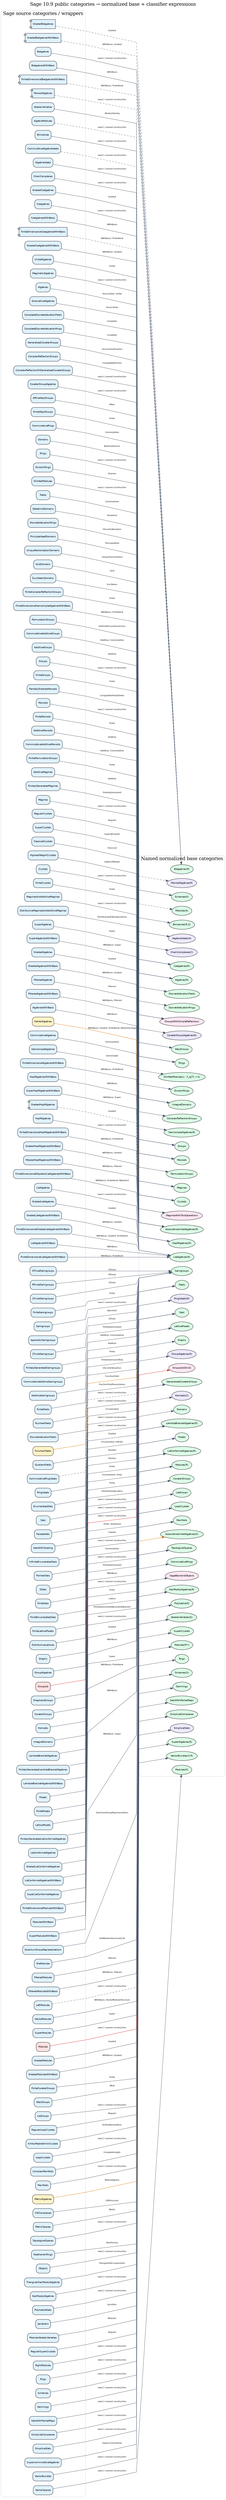
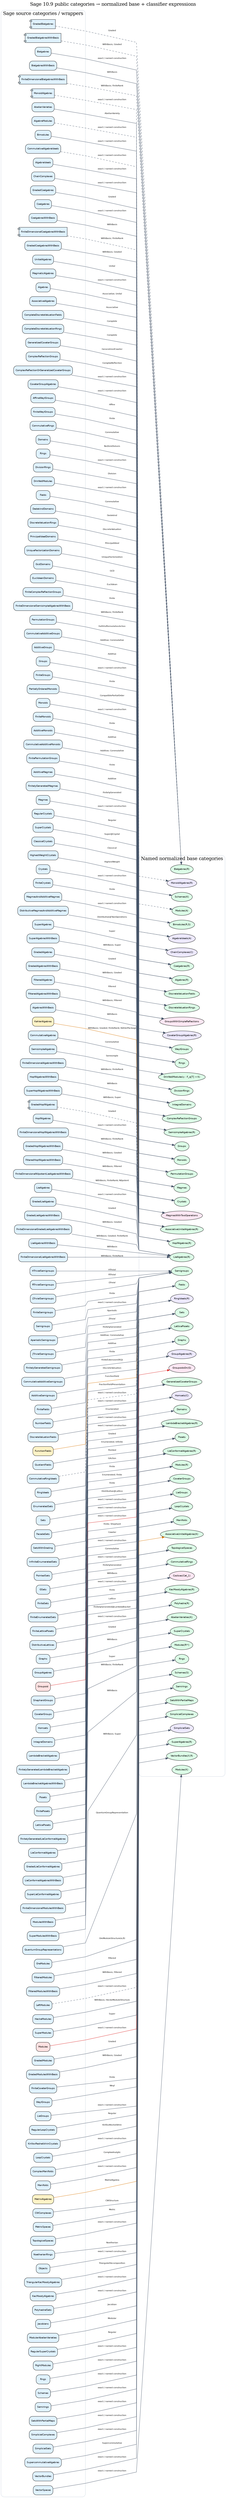
digraph SageNormalizedMapping {
  graph [rankdir=LR, overlap=false, splines=polyline, bgcolor="white",
         label="Sage 10.9 public categories → normalized base + classifier expressions", labelloc=t, fontsize=18];
  node [fontname="Helvetica", fontsize=9];
  edge [fontname="Helvetica", fontsize=8, color="#64748b"];
  subgraph cluster_sage {
    label="Sage source categories / wrappers"; color="#cbd5e1"; style="rounded";
    sage_a10b7a10d816 [label="FiniteDimensionalBialgebrasWithBasis", shape=component, style="rounded,filled", fillcolor="#e0f2fe", URL="https://github.com/sagemath/sage/blob/686dc1a8d420c2e0aabadd4f602d9a0aa4690c50/src/sage/categories/finite_dimensional_bialgebras_with_basis.py"];
    sage_61115eba919b [label="FiniteDimensionalCoalgebrasWithBasis", shape=component, style="rounded,filled", fillcolor="#e0f2fe", URL="https://github.com/sagemath/sage/blob/686dc1a8d420c2e0aabadd4f602d9a0aa4690c50/src/sage/categories/finite_dimensional_coalgebras_with_basis.py"];
    sage_518ab90babb2 [label="GradedBialgebras", shape=component, style="rounded,filled", fillcolor="#e0f2fe", URL="https://github.com/sagemath/sage/blob/686dc1a8d420c2e0aabadd4f602d9a0aa4690c50/src/sage/categories/graded_bialgebras.py"];
    sage_e73b337a8c1c [label="GradedBialgebrasWithBasis", shape=component, style="rounded,filled", fillcolor="#e0f2fe", URL="https://github.com/sagemath/sage/blob/686dc1a8d420c2e0aabadd4f602d9a0aa4690c50/src/sage/categories/graded_bialgebras_with_basis.py"];
    sage_1369b5128888 [label="GradedHopfAlgebras", shape=component, style="rounded,filled", fillcolor="#e0f2fe", URL="https://github.com/sagemath/sage/blob/686dc1a8d420c2e0aabadd4f602d9a0aa4690c50/src/sage/categories/graded_hopf_algebras.py"];
    sage_31d952af0f66 [label="MonoidAlgebras", shape=component, style="rounded,filled", fillcolor="#e0f2fe", URL="https://github.com/sagemath/sage/blob/686dc1a8d420c2e0aabadd4f602d9a0aa4690c50/src/sage/categories/monoid_algebras.py"];
    sage_1694e4766e3a [label="AbelianVarieties", shape=box, style="rounded,filled", fillcolor="#e0f2fe", URL="https://github.com/sagemath/sage/blob/686dc1a8d420c2e0aabadd4f602d9a0aa4690c50/src/sage/categories/schemes.py"];
    sage_15495658efed [label="AdditiveGroups", shape=box, style="rounded,filled", fillcolor="#e0f2fe", URL="https://github.com/sagemath/sage/blob/686dc1a8d420c2e0aabadd4f602d9a0aa4690c50/src/sage/categories/additive_groups.py"];
    sage_6caa2af510c6 [label="AdditiveMagmas", shape=box, style="rounded,filled", fillcolor="#e0f2fe", URL="https://github.com/sagemath/sage/blob/686dc1a8d420c2e0aabadd4f602d9a0aa4690c50/src/sage/categories/additive_magmas.py"];
    sage_0c27acd8e4ea [label="AdditiveMonoids", shape=box, style="rounded,filled", fillcolor="#e0f2fe", URL="https://github.com/sagemath/sage/blob/686dc1a8d420c2e0aabadd4f602d9a0aa4690c50/src/sage/categories/additive_monoids.py"];
    sage_505f02b11bb4 [label="AdditiveSemigroups", shape=box, style="rounded,filled", fillcolor="#e0f2fe", URL="https://github.com/sagemath/sage/blob/686dc1a8d420c2e0aabadd4f602d9a0aa4690c50/src/sage/categories/additive_semigroups.py"];
    sage_9b0e89afc4af [label="AffineWeylGroups", shape=box, style="rounded,filled", fillcolor="#e0f2fe", URL="https://github.com/sagemath/sage/blob/686dc1a8d420c2e0aabadd4f602d9a0aa4690c50/src/sage/categories/affine_weyl_groups.py"];
    sage_f3a64bb374ae [label="AlgebraIdeals", shape=box, style="rounded,filled", fillcolor="#e0f2fe", URL="https://github.com/sagemath/sage/blob/686dc1a8d420c2e0aabadd4f602d9a0aa4690c50/src/sage/categories/algebra_ideals.py"];
    sage_77b8f1236947 [label="AlgebraModules", shape=box, style="rounded,filled", fillcolor="#e0f2fe", URL="https://github.com/sagemath/sage/blob/686dc1a8d420c2e0aabadd4f602d9a0aa4690c50/src/sage/categories/algebra_modules.py"];
    sage_d6d37c787044 [label="Algebras", shape=box, style="rounded,filled", fillcolor="#e0f2fe", URL="https://github.com/sagemath/sage/blob/686dc1a8d420c2e0aabadd4f602d9a0aa4690c50/src/sage/categories/algebras.py"];
    sage_6795bf8a1300 [label="AlgebrasWithBasis", shape=box, style="rounded,filled", fillcolor="#e0f2fe", URL="https://github.com/sagemath/sage/blob/686dc1a8d420c2e0aabadd4f602d9a0aa4690c50/src/sage/categories/algebras_with_basis.py"];
    sage_dc6a6ac7ebf3 [label="AperiodicSemigroups", shape=box, style="rounded,filled", fillcolor="#e0f2fe", URL="https://github.com/sagemath/sage/blob/686dc1a8d420c2e0aabadd4f602d9a0aa4690c50/src/sage/categories/aperiodic_semigroups.py"];
    sage_6d4b2923f28c [label="AssociativeAlgebras", shape=box, style="rounded,filled", fillcolor="#e0f2fe", URL="https://github.com/sagemath/sage/blob/686dc1a8d420c2e0aabadd4f602d9a0aa4690c50/src/sage/categories/associative_algebras.py"];
    sage_a492dd1ea5cc [label="Bialgebras", shape=box, style="rounded,filled", fillcolor="#e0f2fe", URL="https://github.com/sagemath/sage/blob/686dc1a8d420c2e0aabadd4f602d9a0aa4690c50/src/sage/categories/bialgebras.py"];
    sage_0b430a8cf833 [label="BialgebrasWithBasis", shape=box, style="rounded,filled", fillcolor="#e0f2fe", URL="https://github.com/sagemath/sage/blob/686dc1a8d420c2e0aabadd4f602d9a0aa4690c50/src/sage/categories/bialgebras_with_basis.py"];
    sage_18712addae73 [label="Bimodules", shape=box, style="rounded,filled", fillcolor="#e0f2fe", URL="https://github.com/sagemath/sage/blob/686dc1a8d420c2e0aabadd4f602d9a0aa4690c50/src/sage/categories/bimodules.py"];
    sage_5bbcdf4fff4f [label="ChainComplexes", shape=box, style="rounded,filled", fillcolor="#e0f2fe", URL="https://github.com/sagemath/sage/blob/686dc1a8d420c2e0aabadd4f602d9a0aa4690c50/src/sage/categories/chain_complexes.py"];
    sage_9368aabeb573 [label="ClassicalCrystals", shape=box, style="rounded,filled", fillcolor="#e0f2fe", URL="https://github.com/sagemath/sage/blob/686dc1a8d420c2e0aabadd4f602d9a0aa4690c50/src/sage/categories/classical_crystals.py"];
    sage_17c455e578ee [label="Coalgebras", shape=box, style="rounded,filled", fillcolor="#e0f2fe", URL="https://github.com/sagemath/sage/blob/686dc1a8d420c2e0aabadd4f602d9a0aa4690c50/src/sage/categories/coalgebras.py"];
    sage_930a1b9cf5f4 [label="CoalgebrasWithBasis", shape=box, style="rounded,filled", fillcolor="#e0f2fe", URL="https://github.com/sagemath/sage/blob/686dc1a8d420c2e0aabadd4f602d9a0aa4690c50/src/sage/categories/coalgebras_with_basis.py"];
    sage_8cf90f06fd2a [label="CommutativeAdditiveGroups", shape=box, style="rounded,filled", fillcolor="#e0f2fe", URL="https://github.com/sagemath/sage/blob/686dc1a8d420c2e0aabadd4f602d9a0aa4690c50/src/sage/categories/commutative_additive_groups.py"];
    sage_1c085b97fe73 [label="CommutativeAdditiveMonoids", shape=box, style="rounded,filled", fillcolor="#e0f2fe", URL="https://github.com/sagemath/sage/blob/686dc1a8d420c2e0aabadd4f602d9a0aa4690c50/src/sage/categories/commutative_additive_monoids.py"];
    sage_8e8e1c9c5ce6 [label="CommutativeAdditiveSemigroups", shape=box, style="rounded,filled", fillcolor="#e0f2fe", URL="https://github.com/sagemath/sage/blob/686dc1a8d420c2e0aabadd4f602d9a0aa4690c50/src/sage/categories/commutative_additive_semigroups.py"];
    sage_1bbe7f4a1cce [label="CommutativeAlgebraIdeals", shape=box, style="rounded,filled", fillcolor="#e0f2fe", URL="https://github.com/sagemath/sage/blob/686dc1a8d420c2e0aabadd4f602d9a0aa4690c50/src/sage/categories/commutative_algebra_ideals.py"];
    sage_547c4dc3134d [label="CommutativeAlgebras", shape=box, style="rounded,filled", fillcolor="#e0f2fe", URL="https://github.com/sagemath/sage/blob/686dc1a8d420c2e0aabadd4f602d9a0aa4690c50/src/sage/categories/commutative_algebras.py"];
    sage_5dea05cb7440 [label="CommutativeRingIdeals", shape=box, style="rounded,filled", fillcolor="#e0f2fe", URL="https://github.com/sagemath/sage/blob/686dc1a8d420c2e0aabadd4f602d9a0aa4690c50/src/sage/categories/commutative_ring_ideals.py"];
    sage_3d8da0fd6136 [label="CommutativeRings", shape=box, style="rounded,filled", fillcolor="#e0f2fe", URL="https://github.com/sagemath/sage/blob/686dc1a8d420c2e0aabadd4f602d9a0aa4690c50/src/sage/categories/commutative_rings.py"];
    sage_1f4632a5c569 [label="CompleteDiscreteValuationFields", shape=box, style="rounded,filled", fillcolor="#e0f2fe", URL="https://github.com/sagemath/sage/blob/686dc1a8d420c2e0aabadd4f602d9a0aa4690c50/src/sage/categories/complete_discrete_valuation.py"];
    sage_1f299c8ec26f [label="CompleteDiscreteValuationRings", shape=box, style="rounded,filled", fillcolor="#e0f2fe", URL="https://github.com/sagemath/sage/blob/686dc1a8d420c2e0aabadd4f602d9a0aa4690c50/src/sage/categories/complete_discrete_valuation.py"];
    sage_42115443391d [label="ComplexReflectionGroups", shape=box, style="rounded,filled", fillcolor="#e0f2fe", URL="https://github.com/sagemath/sage/blob/686dc1a8d420c2e0aabadd4f602d9a0aa4690c50/src/sage/categories/complex_reflection_groups.py"];
    sage_161fc5ca1f26 [label="ComplexReflectionOrGeneralizedCoxeterGroups", shape=box, style="rounded,filled", fillcolor="#e0f2fe", URL="https://github.com/sagemath/sage/blob/686dc1a8d420c2e0aabadd4f602d9a0aa4690c50/src/sage/categories/complex_reflection_or_generalized_coxeter_groups.py"];
    sage_d9020e7952f4 [label="CoxeterGroupAlgebras", shape=box, style="rounded,filled", fillcolor="#e0f2fe", URL="https://github.com/sagemath/sage/blob/686dc1a8d420c2e0aabadd4f602d9a0aa4690c50/src/sage/categories/coxeter_group_algebras.py"];
    sage_b4c77c98b837 [label="CoxeterGroups", shape=box, style="rounded,filled", fillcolor="#e0f2fe", URL="https://github.com/sagemath/sage/blob/686dc1a8d420c2e0aabadd4f602d9a0aa4690c50/src/sage/categories/coxeter_groups.py"];
    sage_a3c2b2dbd555 [label="Crystals", shape=box, style="rounded,filled", fillcolor="#e0f2fe", URL="https://github.com/sagemath/sage/blob/686dc1a8d420c2e0aabadd4f602d9a0aa4690c50/src/sage/categories/crystals.py"];
    sage_365fcdc8b915 [label="CWComplexes", shape=box, style="rounded,filled", fillcolor="#e0f2fe", URL="https://github.com/sagemath/sage/blob/686dc1a8d420c2e0aabadd4f602d9a0aa4690c50/src/sage/categories/cw_complexes.py"];
    sage_d4ed6b836903 [label="DedekindDomains", shape=box, style="rounded,filled", fillcolor="#e0f2fe", URL="https://github.com/sagemath/sage/blob/686dc1a8d420c2e0aabadd4f602d9a0aa4690c50/src/sage/categories/dedekind_domains.py"];
    sage_81bdf3187421 [label="DiscreteValuationFields", shape=box, style="rounded,filled", fillcolor="#e0f2fe", URL="https://github.com/sagemath/sage/blob/686dc1a8d420c2e0aabadd4f602d9a0aa4690c50/src/sage/categories/discrete_valuation.py"];
    sage_d420b88e26e0 [label="DiscreteValuationRings", shape=box, style="rounded,filled", fillcolor="#e0f2fe", URL="https://github.com/sagemath/sage/blob/686dc1a8d420c2e0aabadd4f602d9a0aa4690c50/src/sage/categories/discrete_valuation.py"];
    sage_5282ae495ef7 [label="DistributiveMagmasAndAdditiveMagmas", shape=box, style="rounded,filled", fillcolor="#e0f2fe", URL="https://github.com/sagemath/sage/blob/686dc1a8d420c2e0aabadd4f602d9a0aa4690c50/src/sage/categories/distributive_magmas_and_additive_magmas.py"];
    sage_34e3333c2fe9 [label="DivisionRings", shape=box, style="rounded,filled", fillcolor="#e0f2fe", URL="https://github.com/sagemath/sage/blob/686dc1a8d420c2e0aabadd4f602d9a0aa4690c50/src/sage/categories/division_rings.py"];
    sage_a0d641b3f1af [label="Domains", shape=box, style="rounded,filled", fillcolor="#e0f2fe", URL="https://github.com/sagemath/sage/blob/686dc1a8d420c2e0aabadd4f602d9a0aa4690c50/src/sage/categories/domains.py"];
    sage_91aa2c40ce87 [label="DrinfeldModules", shape=box, style="rounded,filled", fillcolor="#e0f2fe", URL="https://github.com/sagemath/sage/blob/686dc1a8d420c2e0aabadd4f602d9a0aa4690c50/src/sage/categories/drinfeld_modules.py"];
    sage_287df5d4753c [label="EnumeratedSets", shape=box, style="rounded,filled", fillcolor="#e0f2fe", URL="https://github.com/sagemath/sage/blob/686dc1a8d420c2e0aabadd4f602d9a0aa4690c50/src/sage/categories/enumerated_sets.py"];
    sage_8189b302a153 [label="EuclideanDomains", shape=box, style="rounded,filled", fillcolor="#e0f2fe", URL="https://github.com/sagemath/sage/blob/686dc1a8d420c2e0aabadd4f602d9a0aa4690c50/src/sage/categories/euclidean_domains.py"];
    sage_32d0bce56bbc [label="FacadeSets", shape=box, style="rounded,filled", fillcolor="#e0f2fe", URL="https://github.com/sagemath/sage/blob/686dc1a8d420c2e0aabadd4f602d9a0aa4690c50/src/sage/categories/facade_sets.py"];
    sage_e8b685271238 [label="Fields", shape=box, style="rounded,filled", fillcolor="#e0f2fe", URL="https://github.com/sagemath/sage/blob/686dc1a8d420c2e0aabadd4f602d9a0aa4690c50/src/sage/categories/fields.py"];
    sage_5a253e5fd315 [label="FilteredAlgebras", shape=box, style="rounded,filled", fillcolor="#e0f2fe", URL="https://github.com/sagemath/sage/blob/686dc1a8d420c2e0aabadd4f602d9a0aa4690c50/src/sage/categories/filtered_algebras.py"];
    sage_91a16d12aa67 [label="FilteredAlgebrasWithBasis", shape=box, style="rounded,filled", fillcolor="#e0f2fe", URL="https://github.com/sagemath/sage/blob/686dc1a8d420c2e0aabadd4f602d9a0aa4690c50/src/sage/categories/filtered_algebras_with_basis.py"];
    sage_45e502e09eb8 [label="FilteredHopfAlgebrasWithBasis", shape=box, style="rounded,filled", fillcolor="#e0f2fe", URL="https://github.com/sagemath/sage/blob/686dc1a8d420c2e0aabadd4f602d9a0aa4690c50/src/sage/categories/filtered_hopf_algebras_with_basis.py"];
    sage_556bd5d785c2 [label="FilteredModules", shape=box, style="rounded,filled", fillcolor="#e0f2fe", URL="https://github.com/sagemath/sage/blob/686dc1a8d420c2e0aabadd4f602d9a0aa4690c50/src/sage/categories/filtered_modules.py"];
    sage_ffd46fda461e [label="FilteredModulesWithBasis", shape=box, style="rounded,filled", fillcolor="#e0f2fe", URL="https://github.com/sagemath/sage/blob/686dc1a8d420c2e0aabadd4f602d9a0aa4690c50/src/sage/categories/filtered_modules_with_basis.py"];
    sage_fdd21d56c088 [label="FiniteComplexReflectionGroups", shape=box, style="rounded,filled", fillcolor="#e0f2fe", URL="https://github.com/sagemath/sage/blob/686dc1a8d420c2e0aabadd4f602d9a0aa4690c50/src/sage/categories/finite_complex_reflection_groups.py"];
    sage_c5f99255087d [label="FiniteCoxeterGroups", shape=box, style="rounded,filled", fillcolor="#e0f2fe", URL="https://github.com/sagemath/sage/blob/686dc1a8d420c2e0aabadd4f602d9a0aa4690c50/src/sage/categories/finite_coxeter_groups.py"];
    sage_686a2068ca21 [label="FiniteCrystals", shape=box, style="rounded,filled", fillcolor="#e0f2fe", URL="https://github.com/sagemath/sage/blob/686dc1a8d420c2e0aabadd4f602d9a0aa4690c50/src/sage/categories/finite_crystals.py"];
    sage_3f6b4a972698 [label="FiniteDimensionalAlgebrasWithBasis", shape=box, style="rounded,filled", fillcolor="#e0f2fe", URL="https://github.com/sagemath/sage/blob/686dc1a8d420c2e0aabadd4f602d9a0aa4690c50/src/sage/categories/finite_dimensional_algebras_with_basis.py"];
    sage_62cab49a17a2 [label="FiniteDimensionalGradedLieAlgebrasWithBasis", shape=box, style="rounded,filled", fillcolor="#e0f2fe", URL="https://github.com/sagemath/sage/blob/686dc1a8d420c2e0aabadd4f602d9a0aa4690c50/src/sage/categories/finite_dimensional_graded_lie_algebras_with_basis.py"];
    sage_b767ab41f49b [label="FiniteDimensionalHopfAlgebrasWithBasis", shape=box, style="rounded,filled", fillcolor="#e0f2fe", URL="https://github.com/sagemath/sage/blob/686dc1a8d420c2e0aabadd4f602d9a0aa4690c50/src/sage/categories/finite_dimensional_hopf_algebras_with_basis.py"];
    sage_5b0c9872e369 [label="FiniteDimensionalLieAlgebrasWithBasis", shape=box, style="rounded,filled", fillcolor="#e0f2fe", URL="https://github.com/sagemath/sage/blob/686dc1a8d420c2e0aabadd4f602d9a0aa4690c50/src/sage/categories/finite_dimensional_lie_algebras_with_basis.py"];
    sage_aecc0518fd09 [label="FiniteDimensionalModulesWithBasis", shape=box, style="rounded,filled", fillcolor="#e0f2fe", URL="https://github.com/sagemath/sage/blob/686dc1a8d420c2e0aabadd4f602d9a0aa4690c50/src/sage/categories/finite_dimensional_modules_with_basis.py"];
    sage_a72fc3cc6d63 [label="FiniteDimensionalNilpotentLieAlgebrasWithBasis", shape=box, style="rounded,filled", fillcolor="#e0f2fe", URL="https://github.com/sagemath/sage/blob/686dc1a8d420c2e0aabadd4f602d9a0aa4690c50/src/sage/categories/finite_dimensional_nilpotent_lie_algebras_with_basis.py"];
    sage_3540d21d585b [label="FiniteDimensionalSemisimpleAlgebrasWithBasis", shape=box, style="rounded,filled", fillcolor="#e0f2fe", URL="https://github.com/sagemath/sage/blob/686dc1a8d420c2e0aabadd4f602d9a0aa4690c50/src/sage/categories/finite_dimensional_semisimple_algebras_with_basis.py"];
    sage_3a142f2fa146 [label="FiniteEnumeratedSets", shape=box, style="rounded,filled", fillcolor="#e0f2fe", URL="https://github.com/sagemath/sage/blob/686dc1a8d420c2e0aabadd4f602d9a0aa4690c50/src/sage/categories/finite_enumerated_sets.py"];
    sage_98923a1988ce [label="FiniteFields", shape=box, style="rounded,filled", fillcolor="#e0f2fe", URL="https://github.com/sagemath/sage/blob/686dc1a8d420c2e0aabadd4f602d9a0aa4690c50/src/sage/categories/finite_fields.py"];
    sage_cc7516239d47 [label="FiniteGroups", shape=box, style="rounded,filled", fillcolor="#e0f2fe", URL="https://github.com/sagemath/sage/blob/686dc1a8d420c2e0aabadd4f602d9a0aa4690c50/src/sage/categories/finite_groups.py"];
    sage_e9feebbc95e8 [label="FiniteLatticePosets", shape=box, style="rounded,filled", fillcolor="#e0f2fe", URL="https://github.com/sagemath/sage/blob/686dc1a8d420c2e0aabadd4f602d9a0aa4690c50/src/sage/categories/finite_lattice_posets.py"];
    sage_09b62a83a0ae [label="FiniteMonoids", shape=box, style="rounded,filled", fillcolor="#e0f2fe", URL="https://github.com/sagemath/sage/blob/686dc1a8d420c2e0aabadd4f602d9a0aa4690c50/src/sage/categories/finite_monoids.py"];
    sage_5e3c04638a1a [label="FinitePermutationGroups", shape=box, style="rounded,filled", fillcolor="#e0f2fe", URL="https://github.com/sagemath/sage/blob/686dc1a8d420c2e0aabadd4f602d9a0aa4690c50/src/sage/categories/finite_permutation_groups.py"];
    sage_476c34385fa9 [label="FinitePosets", shape=box, style="rounded,filled", fillcolor="#e0f2fe", URL="https://github.com/sagemath/sage/blob/686dc1a8d420c2e0aabadd4f602d9a0aa4690c50/src/sage/categories/finite_posets.py"];
    sage_7de113cf8f8c [label="FiniteSemigroups", shape=box, style="rounded,filled", fillcolor="#e0f2fe", URL="https://github.com/sagemath/sage/blob/686dc1a8d420c2e0aabadd4f602d9a0aa4690c50/src/sage/categories/finite_semigroups.py"];
    sage_dd6fa83dba6c [label="FiniteSets", shape=box, style="rounded,filled", fillcolor="#e0f2fe", URL="https://github.com/sagemath/sage/blob/686dc1a8d420c2e0aabadd4f602d9a0aa4690c50/src/sage/categories/finite_sets.py"];
    sage_44f31d277e02 [label="FiniteWeylGroups", shape=box, style="rounded,filled", fillcolor="#e0f2fe", URL="https://github.com/sagemath/sage/blob/686dc1a8d420c2e0aabadd4f602d9a0aa4690c50/src/sage/categories/finite_weyl_groups.py"];
    sage_b1518bae74d3 [label="FinitelyGeneratedLambdaBracketAlgebras", shape=box, style="rounded,filled", fillcolor="#e0f2fe", URL="https://github.com/sagemath/sage/blob/686dc1a8d420c2e0aabadd4f602d9a0aa4690c50/src/sage/categories/finitely_generated_lambda_bracket_algebras.py"];
    sage_804a03ff73ce [label="FinitelyGeneratedLieConformalAlgebras", shape=box, style="rounded,filled", fillcolor="#e0f2fe", URL="https://github.com/sagemath/sage/blob/686dc1a8d420c2e0aabadd4f602d9a0aa4690c50/src/sage/categories/finitely_generated_lie_conformal_algebras.py"];
    sage_3d0613fec294 [label="FinitelyGeneratedMagmas", shape=box, style="rounded,filled", fillcolor="#e0f2fe", URL="https://github.com/sagemath/sage/blob/686dc1a8d420c2e0aabadd4f602d9a0aa4690c50/src/sage/categories/finitely_generated_magmas.py"];
    sage_94b19b0ed06d [label="FinitelyGeneratedSemigroups", shape=box, style="rounded,filled", fillcolor="#e0f2fe", URL="https://github.com/sagemath/sage/blob/686dc1a8d420c2e0aabadd4f602d9a0aa4690c50/src/sage/categories/finitely_generated_semigroups.py"];
    sage_18bfc1afa49f [label="FunctionFields", shape=box, style="rounded,filled", fillcolor="#fef3c7", URL="https://github.com/sagemath/sage/blob/686dc1a8d420c2e0aabadd4f602d9a0aa4690c50/src/sage/categories/function_fields.py"];
    sage_7ba128acc907 [label="GSets", shape=box, style="rounded,filled", fillcolor="#e0f2fe", URL="https://github.com/sagemath/sage/blob/686dc1a8d420c2e0aabadd4f602d9a0aa4690c50/src/sage/categories/g_sets.py"];
    sage_184d856c094d [label="GcdDomains", shape=box, style="rounded,filled", fillcolor="#e0f2fe", URL="https://github.com/sagemath/sage/blob/686dc1a8d420c2e0aabadd4f602d9a0aa4690c50/src/sage/categories/gcd_domains.py"];
    sage_1a94d00ba9b9 [label="GeneralizedCoxeterGroups", shape=box, style="rounded,filled", fillcolor="#e0f2fe", URL="https://github.com/sagemath/sage/blob/686dc1a8d420c2e0aabadd4f602d9a0aa4690c50/src/sage/categories/generalized_coxeter_groups.py"];
    sage_be0ea3717b71 [label="GradedAlgebras", shape=box, style="rounded,filled", fillcolor="#e0f2fe", URL="https://github.com/sagemath/sage/blob/686dc1a8d420c2e0aabadd4f602d9a0aa4690c50/src/sage/categories/graded_algebras.py"];
    sage_807cdd53097d [label="GradedAlgebrasWithBasis", shape=box, style="rounded,filled", fillcolor="#e0f2fe", URL="https://github.com/sagemath/sage/blob/686dc1a8d420c2e0aabadd4f602d9a0aa4690c50/src/sage/categories/graded_algebras_with_basis.py"];
    sage_919cb1985ae2 [label="GradedCoalgebras", shape=box, style="rounded,filled", fillcolor="#e0f2fe", URL="https://github.com/sagemath/sage/blob/686dc1a8d420c2e0aabadd4f602d9a0aa4690c50/src/sage/categories/graded_coalgebras.py"];
    sage_418194415c21 [label="GradedCoalgebrasWithBasis", shape=box, style="rounded,filled", fillcolor="#e0f2fe", URL="https://github.com/sagemath/sage/blob/686dc1a8d420c2e0aabadd4f602d9a0aa4690c50/src/sage/categories/graded_coalgebras_with_basis.py"];
    sage_987814cde733 [label="GradedHopfAlgebrasWithBasis", shape=box, style="rounded,filled", fillcolor="#e0f2fe", URL="https://github.com/sagemath/sage/blob/686dc1a8d420c2e0aabadd4f602d9a0aa4690c50/src/sage/categories/graded_hopf_algebras_with_basis.py"];
    sage_480b8b9c7d33 [label="GradedLieAlgebras", shape=box, style="rounded,filled", fillcolor="#e0f2fe", URL="https://github.com/sagemath/sage/blob/686dc1a8d420c2e0aabadd4f602d9a0aa4690c50/src/sage/categories/graded_lie_algebras.py"];
    sage_95fb40c737b8 [label="GradedLieAlgebrasWithBasis", shape=box, style="rounded,filled", fillcolor="#e0f2fe", URL="https://github.com/sagemath/sage/blob/686dc1a8d420c2e0aabadd4f602d9a0aa4690c50/src/sage/categories/graded_lie_algebras_with_basis.py"];
    sage_17628f5a559c [label="GradedLieConformalAlgebras", shape=box, style="rounded,filled", fillcolor="#e0f2fe", URL="https://github.com/sagemath/sage/blob/686dc1a8d420c2e0aabadd4f602d9a0aa4690c50/src/sage/categories/graded_lie_conformal_algebras.py"];
    sage_6b8d41945bbd [label="GradedModules", shape=box, style="rounded,filled", fillcolor="#e0f2fe", URL="https://github.com/sagemath/sage/blob/686dc1a8d420c2e0aabadd4f602d9a0aa4690c50/src/sage/categories/graded_modules.py"];
    sage_56ca4f120854 [label="GradedModulesWithBasis", shape=box, style="rounded,filled", fillcolor="#e0f2fe", URL="https://github.com/sagemath/sage/blob/686dc1a8d420c2e0aabadd4f602d9a0aa4690c50/src/sage/categories/graded_modules_with_basis.py"];
    sage_78399476ef16 [label="Graphs", shape=box, style="rounded,filled", fillcolor="#e0f2fe", URL="https://github.com/sagemath/sage/blob/686dc1a8d420c2e0aabadd4f602d9a0aa4690c50/src/sage/categories/graphs.py"];
    sage_6754fb6cd8b3 [label="GroupAlgebras", shape=box, style="rounded,filled", fillcolor="#e0f2fe", URL="https://github.com/sagemath/sage/blob/686dc1a8d420c2e0aabadd4f602d9a0aa4690c50/src/sage/categories/group_algebras.py"];
    sage_b4060810bdc8 [label="Groupoid", shape=box, style="rounded,filled", fillcolor="#fee2e2", URL="https://github.com/sagemath/sage/blob/686dc1a8d420c2e0aabadd4f602d9a0aa4690c50/src/sage/categories/groupoid.py"];
    sage_ae9629f4ebb8 [label="Groups", shape=box, style="rounded,filled", fillcolor="#e0f2fe", URL="https://github.com/sagemath/sage/blob/686dc1a8d420c2e0aabadd4f602d9a0aa4690c50/src/sage/categories/groups.py"];
    sage_ff3d870612be [label="HTrivialSemigroups", shape=box, style="rounded,filled", fillcolor="#e0f2fe", URL="https://github.com/sagemath/sage/blob/686dc1a8d420c2e0aabadd4f602d9a0aa4690c50/src/sage/categories/h_trivial_semigroups.py"];
    sage_c26ffd9f4356 [label="HeckeModules", shape=box, style="rounded,filled", fillcolor="#e0f2fe", URL="https://github.com/sagemath/sage/blob/686dc1a8d420c2e0aabadd4f602d9a0aa4690c50/src/sage/categories/hecke_modules.py"];
    sage_1129970345ee [label="HighestWeightCrystals", shape=box, style="rounded,filled", fillcolor="#e0f2fe", URL="https://github.com/sagemath/sage/blob/686dc1a8d420c2e0aabadd4f602d9a0aa4690c50/src/sage/categories/highest_weight_crystals.py"];
    sage_cf9fa120c4c7 [label="Homsets", shape=box, style="rounded,filled", fillcolor="#e0f2fe", URL="https://github.com/sagemath/sage/blob/686dc1a8d420c2e0aabadd4f602d9a0aa4690c50/src/sage/categories/homsets.py"];
    sage_3e8b497307f5 [label="HopfAlgebras", shape=box, style="rounded,filled", fillcolor="#e0f2fe", URL="https://github.com/sagemath/sage/blob/686dc1a8d420c2e0aabadd4f602d9a0aa4690c50/src/sage/categories/hopf_algebras.py"];
    sage_cd0ddcef5725 [label="HopfAlgebrasWithBasis", shape=box, style="rounded,filled", fillcolor="#e0f2fe", URL="https://github.com/sagemath/sage/blob/686dc1a8d420c2e0aabadd4f602d9a0aa4690c50/src/sage/categories/hopf_algebras_with_basis.py"];
    sage_9a00984eb2d7 [label="InfiniteEnumeratedSets", shape=box, style="rounded,filled", fillcolor="#e0f2fe", URL="https://github.com/sagemath/sage/blob/686dc1a8d420c2e0aabadd4f602d9a0aa4690c50/src/sage/categories/infinite_enumerated_sets.py"];
    sage_1ca3a9a5a7cb [label="IntegralDomains", shape=box, style="rounded,filled", fillcolor="#e0f2fe", URL="https://github.com/sagemath/sage/blob/686dc1a8d420c2e0aabadd4f602d9a0aa4690c50/src/sage/categories/integral_domains.py"];
    sage_dd194c3dc46a [label="JTrivialSemigroups", shape=box, style="rounded,filled", fillcolor="#e0f2fe", URL="https://github.com/sagemath/sage/blob/686dc1a8d420c2e0aabadd4f602d9a0aa4690c50/src/sage/categories/j_trivial_semigroups.py"];
    sage_46c150798ff0 [label="KacMoodyAlgebras", shape=box, style="rounded,filled", fillcolor="#e0f2fe", URL="https://github.com/sagemath/sage/blob/686dc1a8d420c2e0aabadd4f602d9a0aa4690c50/src/sage/categories/kac_moody_algebras.py"];
    sage_c6dec338603a [label="KahlerAlgebras", shape=box, style="rounded,filled", fillcolor="#fef3c7", URL="https://github.com/sagemath/sage/blob/686dc1a8d420c2e0aabadd4f602d9a0aa4690c50/src/sage/categories/kahler_algebras.py"];
    sage_351c32f9b3d0 [label="LTrivialSemigroups", shape=box, style="rounded,filled", fillcolor="#e0f2fe", URL="https://github.com/sagemath/sage/blob/686dc1a8d420c2e0aabadd4f602d9a0aa4690c50/src/sage/categories/l_trivial_semigroups.py"];
    sage_25e512299af5 [label="LambdaBracketAlgebras", shape=box, style="rounded,filled", fillcolor="#e0f2fe", URL="https://github.com/sagemath/sage/blob/686dc1a8d420c2e0aabadd4f602d9a0aa4690c50/src/sage/categories/lambda_bracket_algebras.py"];
    sage_bd501221405a [label="LambdaBracketAlgebrasWithBasis", shape=box, style="rounded,filled", fillcolor="#e0f2fe", URL="https://github.com/sagemath/sage/blob/686dc1a8d420c2e0aabadd4f602d9a0aa4690c50/src/sage/categories/lambda_bracket_algebras_with_basis.py"];
    sage_79edf78e8849 [label="DistributiveLattices", shape=box, style="rounded,filled", fillcolor="#e0f2fe", URL="https://github.com/sagemath/sage/blob/686dc1a8d420c2e0aabadd4f602d9a0aa4690c50/src/sage/categories/lattice_posets.py"];
    sage_e40041b56658 [label="LatticePosets", shape=box, style="rounded,filled", fillcolor="#e0f2fe", URL="https://github.com/sagemath/sage/blob/686dc1a8d420c2e0aabadd4f602d9a0aa4690c50/src/sage/categories/lattice_posets.py"];
    sage_b17c1e63aa0f [label="LeftModules", shape=box, style="rounded,filled", fillcolor="#e0f2fe", URL="https://github.com/sagemath/sage/blob/686dc1a8d420c2e0aabadd4f602d9a0aa4690c50/src/sage/categories/left_modules.py"];
    sage_290ea1cb9aeb [label="LieAlgebras", shape=box, style="rounded,filled", fillcolor="#e0f2fe", URL="https://github.com/sagemath/sage/blob/686dc1a8d420c2e0aabadd4f602d9a0aa4690c50/src/sage/categories/lie_algebras.py"];
    sage_7ad02c2d621f [label="LieAlgebrasWithBasis", shape=box, style="rounded,filled", fillcolor="#e0f2fe", URL="https://github.com/sagemath/sage/blob/686dc1a8d420c2e0aabadd4f602d9a0aa4690c50/src/sage/categories/lie_algebras_with_basis.py"];
    sage_1d77a9353b9e [label="LieConformalAlgebras", shape=box, style="rounded,filled", fillcolor="#e0f2fe", URL="https://github.com/sagemath/sage/blob/686dc1a8d420c2e0aabadd4f602d9a0aa4690c50/src/sage/categories/lie_conformal_algebras.py"];
    sage_b92bfc55d5ba [label="LieConformalAlgebrasWithBasis", shape=box, style="rounded,filled", fillcolor="#e0f2fe", URL="https://github.com/sagemath/sage/blob/686dc1a8d420c2e0aabadd4f602d9a0aa4690c50/src/sage/categories/lie_conformal_algebras_with_basis.py"];
    sage_a5b329834c9a [label="LieGroups", shape=box, style="rounded,filled", fillcolor="#e0f2fe", URL="https://github.com/sagemath/sage/blob/686dc1a8d420c2e0aabadd4f602d9a0aa4690c50/src/sage/categories/lie_groups.py"];
    sage_77046a539bd5 [label="KirillovReshetikhinCrystals", shape=box, style="rounded,filled", fillcolor="#e0f2fe", URL="https://github.com/sagemath/sage/blob/686dc1a8d420c2e0aabadd4f602d9a0aa4690c50/src/sage/categories/loop_crystals.py"];
    sage_4b1d3c7f6f2b [label="LoopCrystals", shape=box, style="rounded,filled", fillcolor="#e0f2fe", URL="https://github.com/sagemath/sage/blob/686dc1a8d420c2e0aabadd4f602d9a0aa4690c50/src/sage/categories/loop_crystals.py"];
    sage_b7190f7c4b70 [label="RegularLoopCrystals", shape=box, style="rounded,filled", fillcolor="#e0f2fe", URL="https://github.com/sagemath/sage/blob/686dc1a8d420c2e0aabadd4f602d9a0aa4690c50/src/sage/categories/loop_crystals.py"];
    sage_c2c8e74e59f6 [label="Magmas", shape=box, style="rounded,filled", fillcolor="#e0f2fe", URL="https://github.com/sagemath/sage/blob/686dc1a8d420c2e0aabadd4f602d9a0aa4690c50/src/sage/categories/magmas.py"];
    sage_ce4db4c204eb [label="MagmasAndAdditiveMagmas", shape=box, style="rounded,filled", fillcolor="#e0f2fe", URL="https://github.com/sagemath/sage/blob/686dc1a8d420c2e0aabadd4f602d9a0aa4690c50/src/sage/categories/magmas_and_additive_magmas.py"];
    sage_0d2bdb012929 [label="MagmaticAlgebras", shape=box, style="rounded,filled", fillcolor="#e0f2fe", URL="https://github.com/sagemath/sage/blob/686dc1a8d420c2e0aabadd4f602d9a0aa4690c50/src/sage/categories/magmatic_algebras.py"];
    sage_73c8c5f00888 [label="ComplexManifolds", shape=box, style="rounded,filled", fillcolor="#e0f2fe", URL="https://github.com/sagemath/sage/blob/686dc1a8d420c2e0aabadd4f602d9a0aa4690c50/src/sage/categories/manifolds.py"];
    sage_b29321c28bdd [label="Manifolds", shape=box, style="rounded,filled", fillcolor="#e0f2fe", URL="https://github.com/sagemath/sage/blob/686dc1a8d420c2e0aabadd4f602d9a0aa4690c50/src/sage/categories/manifolds.py"];
    sage_118c5eef8218 [label="MatrixAlgebras", shape=box, style="rounded,filled", fillcolor="#fef3c7", URL="https://github.com/sagemath/sage/blob/686dc1a8d420c2e0aabadd4f602d9a0aa4690c50/src/sage/categories/matrix_algebras.py"];
    sage_219a10054442 [label="MetricSpaces", shape=box, style="rounded,filled", fillcolor="#e0f2fe", URL="https://github.com/sagemath/sage/blob/686dc1a8d420c2e0aabadd4f602d9a0aa4690c50/src/sage/categories/metric_spaces.py"];
    sage_324406355fdf [label="ModularAbelianVarieties", shape=box, style="rounded,filled", fillcolor="#e0f2fe", URL="https://github.com/sagemath/sage/blob/686dc1a8d420c2e0aabadd4f602d9a0aa4690c50/src/sage/categories/modular_abelian_varieties.py"];
    sage_04e9462c0ff0 [label="Modules", shape=box, style="rounded,filled", fillcolor="#fee2e2", URL="https://github.com/sagemath/sage/blob/686dc1a8d420c2e0aabadd4f602d9a0aa4690c50/src/sage/categories/modules.py"];
    sage_eaa48976f90d [label="ModulesWithBasis", shape=box, style="rounded,filled", fillcolor="#e0f2fe", URL="https://github.com/sagemath/sage/blob/686dc1a8d420c2e0aabadd4f602d9a0aa4690c50/src/sage/categories/modules_with_basis.py"];
    sage_56e588a86d02 [label="Monoids", shape=box, style="rounded,filled", fillcolor="#e0f2fe", URL="https://github.com/sagemath/sage/blob/686dc1a8d420c2e0aabadd4f602d9a0aa4690c50/src/sage/categories/monoids.py"];
    sage_084de703e1be [label="NoetherianRings", shape=box, style="rounded,filled", fillcolor="#e0f2fe", URL="https://github.com/sagemath/sage/blob/686dc1a8d420c2e0aabadd4f602d9a0aa4690c50/src/sage/categories/noetherian_rings.py"];
    sage_dda7395e5d4b [label="NumberFields", shape=box, style="rounded,filled", fillcolor="#e0f2fe", URL="https://github.com/sagemath/sage/blob/686dc1a8d420c2e0aabadd4f602d9a0aa4690c50/src/sage/categories/number_fields.py"];
    sage_72a83add2c5e [label="Objects", shape=box, style="rounded,filled", fillcolor="#e0f2fe", URL="https://github.com/sagemath/sage/blob/686dc1a8d420c2e0aabadd4f602d9a0aa4690c50/src/sage/categories/objects.py"];
    sage_9b6151949138 [label="OreModules", shape=box, style="rounded,filled", fillcolor="#e0f2fe", URL="https://github.com/sagemath/sage/blob/686dc1a8d420c2e0aabadd4f602d9a0aa4690c50/src/sage/categories/ore_modules.py"];
    sage_8d1c6be44055 [label="PartiallyOrderedMonoids", shape=box, style="rounded,filled", fillcolor="#e0f2fe", URL="https://github.com/sagemath/sage/blob/686dc1a8d420c2e0aabadd4f602d9a0aa4690c50/src/sage/categories/partially_ordered_monoids.py"];
    sage_d201f1533e6e [label="PermutationGroups", shape=box, style="rounded,filled", fillcolor="#e0f2fe", URL="https://github.com/sagemath/sage/blob/686dc1a8d420c2e0aabadd4f602d9a0aa4690c50/src/sage/categories/permutation_groups.py"];
    sage_8213450e0e52 [label="PointedSets", shape=box, style="rounded,filled", fillcolor="#e0f2fe", URL="https://github.com/sagemath/sage/blob/686dc1a8d420c2e0aabadd4f602d9a0aa4690c50/src/sage/categories/pointed_sets.py"];
    sage_2da4dde9db7a [label="PolyhedralSets", shape=box, style="rounded,filled", fillcolor="#e0f2fe", URL="https://github.com/sagemath/sage/blob/686dc1a8d420c2e0aabadd4f602d9a0aa4690c50/src/sage/categories/polyhedra.py"];
    sage_1b9290901017 [label="Posets", shape=box, style="rounded,filled", fillcolor="#e0f2fe", URL="https://github.com/sagemath/sage/blob/686dc1a8d420c2e0aabadd4f602d9a0aa4690c50/src/sage/categories/posets.py"];
    sage_2be5837abb10 [label="PrincipalIdealDomains", shape=box, style="rounded,filled", fillcolor="#e0f2fe", URL="https://github.com/sagemath/sage/blob/686dc1a8d420c2e0aabadd4f602d9a0aa4690c50/src/sage/categories/principal_ideal_domains.py"];
    sage_6ffd32d0c374 [label="QuantumGroupRepresentations", shape=box, style="rounded,filled", fillcolor="#e0f2fe", URL="https://github.com/sagemath/sage/blob/686dc1a8d420c2e0aabadd4f602d9a0aa4690c50/src/sage/categories/quantum_group_representations.py"];
    sage_895f02661887 [label="QuotientFields", shape=box, style="rounded,filled", fillcolor="#e0f2fe", URL="https://github.com/sagemath/sage/blob/686dc1a8d420c2e0aabadd4f602d9a0aa4690c50/src/sage/categories/quotient_fields.py"];
    sage_5c5a72de4ef6 [label="RTrivialSemigroups", shape=box, style="rounded,filled", fillcolor="#e0f2fe", URL="https://github.com/sagemath/sage/blob/686dc1a8d420c2e0aabadd4f602d9a0aa4690c50/src/sage/categories/r_trivial_semigroups.py"];
    sage_722143466608 [label="RegularCrystals", shape=box, style="rounded,filled", fillcolor="#e0f2fe", URL="https://github.com/sagemath/sage/blob/686dc1a8d420c2e0aabadd4f602d9a0aa4690c50/src/sage/categories/regular_crystals.py"];
    sage_3ce36bb1ada3 [label="RegularSuperCrystals", shape=box, style="rounded,filled", fillcolor="#e0f2fe", URL="https://github.com/sagemath/sage/blob/686dc1a8d420c2e0aabadd4f602d9a0aa4690c50/src/sage/categories/regular_super_crystals.py"];
    sage_c704c375032f [label="RightModules", shape=box, style="rounded,filled", fillcolor="#e0f2fe", URL="https://github.com/sagemath/sage/blob/686dc1a8d420c2e0aabadd4f602d9a0aa4690c50/src/sage/categories/right_modules.py"];
    sage_bf8a9e50e0ca [label="RingIdeals", shape=box, style="rounded,filled", fillcolor="#e0f2fe", URL="https://github.com/sagemath/sage/blob/686dc1a8d420c2e0aabadd4f602d9a0aa4690c50/src/sage/categories/ring_ideals.py"];
    sage_75b04b88d466 [label="Rings", shape=box, style="rounded,filled", fillcolor="#e0f2fe", URL="https://github.com/sagemath/sage/blob/686dc1a8d420c2e0aabadd4f602d9a0aa4690c50/src/sage/categories/rings.py"];
    sage_a50c7afdb74a [label="Rngs", shape=box, style="rounded,filled", fillcolor="#e0f2fe", URL="https://github.com/sagemath/sage/blob/686dc1a8d420c2e0aabadd4f602d9a0aa4690c50/src/sage/categories/rngs.py"];
    sage_65d2b63f219c [label="Jacobians", shape=box, style="rounded,filled", fillcolor="#e0f2fe", URL="https://github.com/sagemath/sage/blob/686dc1a8d420c2e0aabadd4f602d9a0aa4690c50/src/sage/categories/schemes.py"];
    sage_0a4e55c66da7 [label="Schemes", shape=box, style="rounded,filled", fillcolor="#e0f2fe", URL="https://github.com/sagemath/sage/blob/686dc1a8d420c2e0aabadd4f602d9a0aa4690c50/src/sage/categories/schemes.py"];
    sage_ef263c15e407 [label="Semigroups", shape=box, style="rounded,filled", fillcolor="#e0f2fe", URL="https://github.com/sagemath/sage/blob/686dc1a8d420c2e0aabadd4f602d9a0aa4690c50/src/sage/categories/semigroups.py"];
    sage_5ed3021e33f8 [label="Semirings", shape=box, style="rounded,filled", fillcolor="#e0f2fe", URL="https://github.com/sagemath/sage/blob/686dc1a8d420c2e0aabadd4f602d9a0aa4690c50/src/sage/categories/semirings.py"];
    sage_fc3bf6bb2843 [label="SemisimpleAlgebras", shape=box, style="rounded,filled", fillcolor="#e0f2fe", URL="https://github.com/sagemath/sage/blob/686dc1a8d420c2e0aabadd4f602d9a0aa4690c50/src/sage/categories/semisimple_algebras.py"];
    sage_2ab262f44dfc [label="Sets", shape=box, style="rounded,filled", fillcolor="#e0f2fe", URL="https://github.com/sagemath/sage/blob/686dc1a8d420c2e0aabadd4f602d9a0aa4690c50/src/sage/categories/sets_cat.py"];
    sage_867d841fe4c3 [label="SetsWithGrading", shape=box, style="rounded,filled", fillcolor="#e0f2fe", URL="https://github.com/sagemath/sage/blob/686dc1a8d420c2e0aabadd4f602d9a0aa4690c50/src/sage/categories/sets_with_grading.py"];
    sage_8b9f7f18ef72 [label="SetsWithPartialMaps", shape=box, style="rounded,filled", fillcolor="#e0f2fe", URL="https://github.com/sagemath/sage/blob/686dc1a8d420c2e0aabadd4f602d9a0aa4690c50/src/sage/categories/sets_with_partial_maps.py"];
    sage_ca35fbf7f503 [label="ShephardGroups", shape=box, style="rounded,filled", fillcolor="#e0f2fe", URL="https://github.com/sagemath/sage/blob/686dc1a8d420c2e0aabadd4f602d9a0aa4690c50/src/sage/categories/shephard_groups.py"];
    sage_b3daf67d7dda [label="SimplicialComplexes", shape=box, style="rounded,filled", fillcolor="#e0f2fe", URL="https://github.com/sagemath/sage/blob/686dc1a8d420c2e0aabadd4f602d9a0aa4690c50/src/sage/categories/simplicial_complexes.py"];
    sage_1cc1508d32a4 [label="SimplicialSets", shape=box, style="rounded,filled", fillcolor="#e0f2fe", URL="https://github.com/sagemath/sage/blob/686dc1a8d420c2e0aabadd4f602d9a0aa4690c50/src/sage/categories/simplicial_sets.py"];
    sage_47784f090b3c [label="SuperAlgebras", shape=box, style="rounded,filled", fillcolor="#e0f2fe", URL="https://github.com/sagemath/sage/blob/686dc1a8d420c2e0aabadd4f602d9a0aa4690c50/src/sage/categories/super_algebras.py"];
    sage_4043f792ed82 [label="SuperAlgebrasWithBasis", shape=box, style="rounded,filled", fillcolor="#e0f2fe", URL="https://github.com/sagemath/sage/blob/686dc1a8d420c2e0aabadd4f602d9a0aa4690c50/src/sage/categories/super_algebras_with_basis.py"];
    sage_e301a2e9425e [label="SuperHopfAlgebrasWithBasis", shape=box, style="rounded,filled", fillcolor="#e0f2fe", URL="https://github.com/sagemath/sage/blob/686dc1a8d420c2e0aabadd4f602d9a0aa4690c50/src/sage/categories/super_hopf_algebras_with_basis.py"];
    sage_a748a02dbb0e [label="SuperLieConformalAlgebras", shape=box, style="rounded,filled", fillcolor="#e0f2fe", URL="https://github.com/sagemath/sage/blob/686dc1a8d420c2e0aabadd4f602d9a0aa4690c50/src/sage/categories/super_lie_conformal_algebras.py"];
    sage_884b06deaf85 [label="SuperModules", shape=box, style="rounded,filled", fillcolor="#e0f2fe", URL="https://github.com/sagemath/sage/blob/686dc1a8d420c2e0aabadd4f602d9a0aa4690c50/src/sage/categories/super_modules.py"];
    sage_77bc090e0646 [label="SuperModulesWithBasis", shape=box, style="rounded,filled", fillcolor="#e0f2fe", URL="https://github.com/sagemath/sage/blob/686dc1a8d420c2e0aabadd4f602d9a0aa4690c50/src/sage/categories/super_modules_with_basis.py"];
    sage_36c263f548c9 [label="SupercommutativeAlgebras", shape=box, style="rounded,filled", fillcolor="#e0f2fe", URL="https://github.com/sagemath/sage/blob/686dc1a8d420c2e0aabadd4f602d9a0aa4690c50/src/sage/categories/supercommutative_algebras.py"];
    sage_2525bb8d4c50 [label="SuperCrystals", shape=box, style="rounded,filled", fillcolor="#e0f2fe", URL="https://github.com/sagemath/sage/blob/686dc1a8d420c2e0aabadd4f602d9a0aa4690c50/src/sage/categories/supercrystals.py"];
    sage_696bb0d9b3e6 [label="TopologicalSpaces", shape=box, style="rounded,filled", fillcolor="#e0f2fe", URL="https://github.com/sagemath/sage/blob/686dc1a8d420c2e0aabadd4f602d9a0aa4690c50/src/sage/categories/topological_spaces.py"];
    sage_896e811da4fc [label="TriangularKacMoodyAlgebras", shape=box, style="rounded,filled", fillcolor="#e0f2fe", URL="https://github.com/sagemath/sage/blob/686dc1a8d420c2e0aabadd4f602d9a0aa4690c50/src/sage/categories/triangular_kac_moody_algebras.py"];
    sage_6c1b997a3775 [label="UniqueFactorizationDomains", shape=box, style="rounded,filled", fillcolor="#e0f2fe", URL="https://github.com/sagemath/sage/blob/686dc1a8d420c2e0aabadd4f602d9a0aa4690c50/src/sage/categories/unique_factorization_domains.py"];
    sage_b96f8ac56b75 [label="UnitalAlgebras", shape=box, style="rounded,filled", fillcolor="#e0f2fe", URL="https://github.com/sagemath/sage/blob/686dc1a8d420c2e0aabadd4f602d9a0aa4690c50/src/sage/categories/unital_algebras.py"];
    sage_5c54e1babd42 [label="VectorBundles", shape=box, style="rounded,filled", fillcolor="#e0f2fe", URL="https://github.com/sagemath/sage/blob/686dc1a8d420c2e0aabadd4f602d9a0aa4690c50/src/sage/categories/vector_bundles.py"];
    sage_1f4fe737433d [label="VectorSpaces", shape=box, style="rounded,filled", fillcolor="#e0f2fe", URL="https://github.com/sagemath/sage/blob/686dc1a8d420c2e0aabadd4f602d9a0aa4690c50/src/sage/categories/vector_spaces.py"];
    sage_11afae939210 [label="WeylGroups", shape=box, style="rounded,filled", fillcolor="#e0f2fe", URL="https://github.com/sagemath/sage/blob/686dc1a8d420c2e0aabadd4f602d9a0aa4690c50/src/sage/categories/weyl_groups.py"];
  }
  subgraph cluster_normalized {
    label="Named normalized base categories"; color="#cbd5e1"; style="rounded";
    base_90aabdd36413 [label="AbelianVarieties(K)", shape=ellipse, style=filled, fillcolor="#dcfce7"];
    base_813bcc11933c [label="AlgebraIdeals(A)", shape=ellipse, style=filled, fillcolor="#ede9fe"];
    base_c6d7ad49fdf0 [label="Algebras(R)", shape=ellipse, style=filled, fillcolor="#dcfce7"];
-     base_6ec920ed081b [label="SageBackendObjects", shape=ellipse, style=filled, fillcolor="#fce7f3"];
+     base_6ec920ed081b [label="Coslices(Cat_1)", shape=ellipse, style=filled, fillcolor="#fce7f3"];
    base_c991fcc977fa [label="AssociativeUnitalAlgebras(K)", shape=ellipse, style=filled, fillcolor="#dcfce7"];
    base_d2472086daa0 [label="AssociativeUnitalAlgebras(R)", shape=ellipse, style=filled, fillcolor="#dcfce7"];
    base_36857a148b10 [label="Bialgebras(R)", shape=ellipse, style=filled, fillcolor="#dcfce7"];
    base_7c7ca4b3703a [label="Bimodules(R,S)", shape=ellipse, style=filled, fillcolor="#dcfce7"];
    base_132abe86d94d [label="ChainComplexes(C)", shape=ellipse, style=filled, fillcolor="#ede9fe"];
    base_6112346e994c [label="Coalgebras(R)", shape=ellipse, style=filled, fillcolor="#dcfce7"];
    base_3d8da0fd6136 [label="CommutativeRings", shape=ellipse, style=filled, fillcolor="#dcfce7"];
    base_42115443391d [label="ComplexReflectionGroups", shape=ellipse, style=filled, fillcolor="#dcfce7"];
    base_47ccad0e4f35 [label="CoxeterGroupAlgebras(R)", shape=ellipse, style=filled, fillcolor="#ede9fe"];
    base_b4c77c98b837 [label="CoxeterGroups", shape=ellipse, style=filled, fillcolor="#dcfce7"];
    base_a3c2b2dbd555 [label="Crystals", shape=ellipse, style=filled, fillcolor="#dcfce7"];
    base_81bdf3187421 [label="DiscreteValuationFields", shape=ellipse, style=filled, fillcolor="#dcfce7"];
    base_d420b88e26e0 [label="DiscreteValuationRings", shape=ellipse, style=filled, fillcolor="#dcfce7"];
    base_34e3333c2fe9 [label="DivisionRings", shape=ellipse, style=filled, fillcolor="#dcfce7"];
    base_a0d641b3f1af [label="Domains", shape=ellipse, style=filled, fillcolor="#dcfce7"];
    base_00618a56d882 [label="DrinfeldModules(γ : F_q[T] → K)", shape=ellipse, style=filled, fillcolor="#dcfce7"];
    base_e8b685271238 [label="Fields", shape=ellipse, style=filled, fillcolor="#dcfce7"];
    base_1a94d00ba9b9 [label="GeneralizedCoxeterGroups", shape=ellipse, style=filled, fillcolor="#dcfce7"];
    base_78399476ef16 [label="Graphs", shape=ellipse, style=filled, fillcolor="#dcfce7"];
    base_754d43afe02c [label="GroupAlgebras(R)", shape=ellipse, style=filled, fillcolor="#ede9fe"];
    base_ed3df5c6a6da [label="GroupoidsOn(G)", shape=ellipse, style=filled, fillcolor="#fce7f3"];
    base_ae9629f4ebb8 [label="Groups", shape=ellipse, style=filled, fillcolor="#dcfce7"];
    base_62da68999be6 [label="GroupsWithSimpleReflections", shape=ellipse, style=filled, fillcolor="#fce7f3"];
    base_ab8ec49ed900 [label="Homsets(C)", shape=ellipse, style=filled, fillcolor="#ede9fe"];
    base_9f1bd4618162 [label="HopfAlgebras(R)", shape=ellipse, style=filled, fillcolor="#dcfce7"];
    base_1ca3a9a5a7cb [label="IntegralDomains", shape=ellipse, style=filled, fillcolor="#dcfce7"];
    base_c253467bd70d [label="KacMoodyAlgebras(R)", shape=ellipse, style=filled, fillcolor="#dcfce7"];
    base_19953d8feb21 [label="LambdaBracketAlgebras(R)", shape=ellipse, style=filled, fillcolor="#dcfce7"];
    base_e40041b56658 [label="LatticePosets", shape=ellipse, style=filled, fillcolor="#dcfce7"];
    base_969e07a113de [label="LieAlgebras(R)", shape=ellipse, style=filled, fillcolor="#dcfce7"];
    base_0a564f70c983 [label="LieConformalAlgebras(R)", shape=ellipse, style=filled, fillcolor="#dcfce7"];
    base_a5b329834c9a [label="LieGroups", shape=ellipse, style=filled, fillcolor="#dcfce7"];
    base_4b1d3c7f6f2b [label="LoopCrystals", shape=ellipse, style=filled, fillcolor="#dcfce7"];
    base_c2c8e74e59f6 [label="Magmas", shape=ellipse, style=filled, fillcolor="#dcfce7"];
    base_a186e7b6439e [label="MagmasWithTwoOperations", shape=ellipse, style=filled, fillcolor="#fce7f3"];
    base_b29321c28bdd [label="Manifolds", shape=ellipse, style=filled, fillcolor="#dcfce7"];
    base_880545c5d88d [label="Modules(A)", shape=ellipse, style=filled, fillcolor="#dcfce7"];
    base_4bc72293de86 [label="Modules(K)", shape=ellipse, style=filled, fillcolor="#dcfce7"];
    base_c37b69ac263a [label="Modules(R)", shape=ellipse, style=filled, fillcolor="#dcfce7"];
    base_448429fbcf3d [label="Modules(Rᵒᵖ)", shape=ellipse, style=filled, fillcolor="#dcfce7"];
    base_95f006ef19bb [label="MonoidAlgebras(R)", shape=ellipse, style=filled, fillcolor="#ede9fe"];
    base_56e588a86d02 [label="Monoids", shape=ellipse, style=filled, fillcolor="#dcfce7"];
    base_d201f1533e6e [label="PermutationGroups", shape=ellipse, style=filled, fillcolor="#dcfce7"];
    base_20c229b52bff [label="Polyhedra(R)", shape=ellipse, style=filled, fillcolor="#dcfce7"];
    base_1b9290901017 [label="Posets", shape=ellipse, style=filled, fillcolor="#dcfce7"];
    base_6cb1acff1633 [label="RingIdeals(R)", shape=ellipse, style=filled, fillcolor="#ede9fe"];
    base_75b04b88d466 [label="Rings", shape=ellipse, style=filled, fillcolor="#dcfce7"];
    base_a50c7afdb74a [label="Rngs", shape=ellipse, style=filled, fillcolor="#dcfce7"];
    base_b0585c0cb66e [label="Schemes(K)", shape=ellipse, style=filled, fillcolor="#dcfce7"];
    base_cf93197d57ac [label="Schemes(S)", shape=ellipse, style=filled, fillcolor="#dcfce7"];
    base_ef263c15e407 [label="Semigroups", shape=ellipse, style=filled, fillcolor="#dcfce7"];
    base_5ed3021e33f8 [label="Semirings", shape=ellipse, style=filled, fillcolor="#dcfce7"];
    base_c810aaa2bc63 [label="SemisimpleAlgebras(R)", shape=ellipse, style=filled, fillcolor="#dcfce7"];
    base_2ab262f44dfc [label="Sets", shape=ellipse, style=filled, fillcolor="#dcfce7"];
    base_8b9f7f18ef72 [label="SetsWithPartialMaps", shape=ellipse, style=filled, fillcolor="#dcfce7"];
    base_b3daf67d7dda [label="SimplicialComplexes", shape=ellipse, style=filled, fillcolor="#dcfce7"];
    base_1cc1508d32a4 [label="SimplicialSets", shape=ellipse, style=filled, fillcolor="#ede9fe"];
    base_73f5cf415546 [label="SuperAlgebras(R)", shape=ellipse, style=filled, fillcolor="#dcfce7"];
    base_2525bb8d4c50 [label="SuperCrystals", shape=ellipse, style=filled, fillcolor="#dcfce7"];
    base_696bb0d9b3e6 [label="TopologicalSpaces", shape=ellipse, style=filled, fillcolor="#dcfce7"];
    base_c79a696d3d3e [label="VectorBundles(X,R)", shape=ellipse, style=filled, fillcolor="#dcfce7"];
    base_11afae939210 [label="WeylGroups", shape=ellipse, style=filled, fillcolor="#dcfce7"];
  }
  sage_a10b7a10d816 -> base_36857a148b10 [label="WithBasis; FiniteRank", style=dashed, color="#475569", tooltip="FiniteDimensionalBialgebrasWithBasis ↦ Bialgebras(R).WithBasis.FiniteRank"];
  sage_61115eba919b -> base_6112346e994c [label="WithBasis; FiniteRank", style=dashed, color="#475569", tooltip="FiniteDimensionalCoalgebrasWithBasis ↦ Coalgebras(R).WithBasis.FiniteRank"];
  sage_518ab90babb2 -> base_36857a148b10 [label="Graded", style=dashed, color="#475569", tooltip="GradedBialgebras ↦ Bialgebras(R).Graded"];
  sage_e73b337a8c1c -> base_36857a148b10 [label="WithBasis; Graded", style=dashed, color="#475569", tooltip="GradedBialgebrasWithBasis ↦ Bialgebras(R).WithBasis.Graded"];
  sage_1369b5128888 -> base_9f1bd4618162 [label="Graded", style=dashed, color="#475569", tooltip="GradedHopfAlgebras ↦ HopfAlgebras(R).Graded"];
  sage_31d952af0f66 -> base_95f006ef19bb [label="exact / named construction", style=dashed, color="#475569", tooltip="MonoidAlgebras ↦ MonoidAlgebras(R)"];
  sage_1694e4766e3a -> base_b0585c0cb66e [label="AbelianVariety", style=solid, color="#475569", tooltip="AbelianVarieties ↦ AbelianVarieties(K)"];
  sage_15495658efed -> base_ae9629f4ebb8 [label="Additive", style=solid, color="#475569", tooltip="AdditiveGroups ↦ Groups.Additive"];
  sage_6caa2af510c6 -> base_c2c8e74e59f6 [label="Additive", style=solid, color="#475569", tooltip="AdditiveMagmas ↦ Magmas.Additive"];
  sage_0c27acd8e4ea -> base_56e588a86d02 [label="Additive", style=solid, color="#475569", tooltip="AdditiveMonoids ↦ Monoids.Additive"];
  sage_505f02b11bb4 -> base_ef263c15e407 [label="Additive", style=solid, color="#475569", tooltip="AdditiveSemigroups ↦ Semigroups.Additive"];
  sage_9b0e89afc4af -> base_11afae939210 [label="Affine", style=solid, color="#475569", tooltip="AffineWeylGroups ↦ AffineWeylGroups"];
  sage_f3a64bb374ae -> base_813bcc11933c [label="exact / named construction", style=solid, color="#475569", tooltip="AlgebraIdeals ↦ AlgebraIdeals(A)"];
  sage_77b8f1236947 -> base_880545c5d88d [label="exact / named construction", style=dashed, color="#475569", tooltip="AlgebraModules ↦ Modules(A)"];
  sage_d6d37c787044 -> base_c6d7ad49fdf0 [label="Associative; Unital", style=solid, color="#475569", tooltip="Algebras ↦ AssociativeUnitalAlgebras(R)"];
  sage_6795bf8a1300 -> base_d2472086daa0 [label="WithBasis", style=solid, color="#475569", tooltip="AlgebrasWithBasis ↦ AssociativeUnitalAlgebras(R).WithBasis"];
  sage_dc6a6ac7ebf3 -> base_ef263c15e407 [label="Aperiodic", style=solid, color="#475569", tooltip="AperiodicSemigroups ↦ Semigroups.Aperiodic"];
  sage_6d4b2923f28c -> base_c6d7ad49fdf0 [label="Associative", style=solid, color="#475569", tooltip="AssociativeAlgebras ↦ Algebras(R).Associative"];
  sage_a492dd1ea5cc -> base_36857a148b10 [label="exact / named construction", style=solid, color="#475569", tooltip="Bialgebras ↦ Bialgebras(R)"];
  sage_0b430a8cf833 -> base_36857a148b10 [label="WithBasis", style=solid, color="#475569", tooltip="BialgebrasWithBasis ↦ Bialgebras(R).WithBasis"];
  sage_18712addae73 -> base_7c7ca4b3703a [label="exact / named construction", style=solid, color="#475569", tooltip="Bimodules ↦ Bimodules(R,S)"];
  sage_5bbcdf4fff4f -> base_132abe86d94d [label="exact / named construction", style=solid, color="#475569", tooltip="ChainComplexes ↦ ChainComplexes(C)"];
  sage_9368aabeb573 -> base_a3c2b2dbd555 [label="Classical", style=solid, color="#475569", tooltip="ClassicalCrystals ↦ ClassicalCrystals"];
  sage_17c455e578ee -> base_6112346e994c [label="exact / named construction", style=solid, color="#475569", tooltip="Coalgebras ↦ Coalgebras(R)"];
  sage_930a1b9cf5f4 -> base_6112346e994c [label="WithBasis", style=solid, color="#475569", tooltip="CoalgebrasWithBasis ↦ Coalgebras(R).WithBasis"];
  sage_8cf90f06fd2a -> base_ae9629f4ebb8 [label="Additive; Commutative", style=solid, color="#475569", tooltip="CommutativeAdditiveGroups ↦ AbelianGroups"];
  sage_1c085b97fe73 -> base_56e588a86d02 [label="Additive; Commutative", style=solid, color="#475569", tooltip="CommutativeAdditiveMonoids ↦ Monoids.Additive.Commutative"];
  sage_8e8e1c9c5ce6 -> base_ef263c15e407 [label="Additive; Commutative", style=solid, color="#475569", tooltip="CommutativeAdditiveSemigroups ↦ Semigroups.Additive.Commutative"];
  sage_1bbe7f4a1cce -> base_813bcc11933c [label="exact / named construction", style=dashed, color="#475569", tooltip="CommutativeAlgebraIdeals ↦ AlgebraIdeals(A)"];
  sage_547c4dc3134d -> base_d2472086daa0 [label="Commutative", style=solid, color="#475569", tooltip="CommutativeAlgebras ↦ CommutativeAlgebras(R)"];
  sage_5dea05cb7440 -> base_6cb1acff1633 [label="exact / named construction", style=dashed, color="#475569", tooltip="CommutativeRingIdeals ↦ RingIdeals(R)"];
  sage_3d8da0fd6136 -> base_75b04b88d466 [label="Commutative", style=solid, color="#475569", tooltip="CommutativeRings ↦ CommutativeRings"];
  sage_1f4632a5c569 -> base_81bdf3187421 [label="Complete", style=solid, color="#475569", tooltip="CompleteDiscreteValuationFields ↦ CompleteDiscreteValuationFields"];
  sage_1f299c8ec26f -> base_d420b88e26e0 [label="Complete", style=solid, color="#475569", tooltip="CompleteDiscreteValuationRings ↦ CompleteDiscreteValuationRings"];
  sage_42115443391d -> base_62da68999be6 [label="ComplexReflection", style=solid, color="#475569", tooltip="ComplexReflectionGroups ↦ ComplexReflectionGroups"];
  sage_161fc5ca1f26 -> base_62da68999be6 [label="exact / named construction", style=solid, color="#475569", tooltip="ComplexReflectionOrGeneralizedCoxeterGroups ↦ GroupsWithSimpleReflections"];
  sage_d9020e7952f4 -> base_47ccad0e4f35 [label="exact / named construction", style=solid, color="#475569", tooltip="CoxeterGroupAlgebras ↦ CoxeterGroupAlgebras(R)"];
  sage_b4c77c98b837 -> base_1a94d00ba9b9 [label="Coxeter", style=solid, color="#475569", tooltip="CoxeterGroups ↦ CoxeterGroups"];
  sage_a3c2b2dbd555 -> base_a3c2b2dbd555 [label="exact / named construction", style=solid, color="#475569", tooltip="Crystals ↦ Crystals"];
  sage_365fcdc8b915 -> base_696bb0d9b3e6 [label="CWStructure", style=solid, color="#475569", tooltip="CWComplexes ↦ CWComplexes"];
  sage_d4ed6b836903 -> base_1ca3a9a5a7cb [label="Dedekind", style=solid, color="#475569", tooltip="DedekindDomains ↦ DedekindDomains"];
  sage_81bdf3187421 -> base_e8b685271238 [label="DiscreteValuation", style=solid, color="#475569", tooltip="DiscreteValuationFields ↦ DiscreteValuationFields"];
  sage_d420b88e26e0 -> base_1ca3a9a5a7cb [label="DiscreteValuation", style=solid, color="#475569", tooltip="DiscreteValuationRings ↦ DiscreteValuationRings"];
  sage_5282ae495ef7 -> base_a186e7b6439e [label="Distributive@TwoOperations", style=solid, color="#475569", tooltip="DistributiveMagmasAndAdditiveMagmas ↦ MagmasWithTwoOperations.Distributive"];
  sage_34e3333c2fe9 -> base_75b04b88d466 [label="Division", style=solid, color="#475569", tooltip="DivisionRings ↦ DivisionRings"];
  sage_a0d641b3f1af -> base_75b04b88d466 [label="NoZeroDivisors", style=solid, color="#475569", tooltip="Domains ↦ Domains"];
  sage_91aa2c40ce87 -> base_00618a56d882 [label="exact / named construction", style=solid, color="#475569", tooltip="DrinfeldModules ↦ DrinfeldModules(γ : F_q[T] → K)"];
  sage_287df5d4753c -> base_2ab262f44dfc [label="Enumerated", style=solid, color="#475569", tooltip="EnumeratedSets ↦ Sets.Enumerated"];
  sage_8189b302a153 -> base_1ca3a9a5a7cb [label="Euclidean", style=solid, color="#475569", tooltip="EuclideanDomains ↦ EuclideanDomains"];
  sage_32d0bce56bbc -> base_2ab262f44dfc [label="exact / named construction", style=solid, color="#475569", tooltip="FacadeSets ↦ Sets"];
  sage_e8b685271238 -> base_34e3333c2fe9 [label="Commutative", style=solid, color="#475569", tooltip="Fields ↦ Fields"];
  sage_5a253e5fd315 -> base_d2472086daa0 [label="Filtered", style=solid, color="#475569", tooltip="FilteredAlgebras ↦ AssociativeUnitalAlgebras(R).Filtered"];
  sage_91a16d12aa67 -> base_d2472086daa0 [label="WithBasis; Filtered", style=solid, color="#475569", tooltip="FilteredAlgebrasWithBasis ↦ AssociativeUnitalAlgebras(R).WithBasis.Filtered"];
  sage_45e502e09eb8 -> base_9f1bd4618162 [label="WithBasis; Filtered", style=solid, color="#475569", tooltip="FilteredHopfAlgebrasWithBasis ↦ HopfAlgebras(R).WithBasis.Filtered"];
  sage_556bd5d785c2 -> base_c37b69ac263a [label="Filtered", style=solid, color="#475569", tooltip="FilteredModules ↦ Modules(R).Filtered"];
  sage_ffd46fda461e -> base_c37b69ac263a [label="WithBasis; Filtered", style=solid, color="#475569", tooltip="FilteredModulesWithBasis ↦ Modules(R).WithBasis.Filtered"];
  sage_fdd21d56c088 -> base_42115443391d [label="Finite", style=solid, color="#475569", tooltip="FiniteComplexReflectionGroups ↦ ComplexReflectionGroups.Finite"];
  sage_c5f99255087d -> base_b4c77c98b837 [label="Finite", style=solid, color="#475569", tooltip="FiniteCoxeterGroups ↦ CoxeterGroups.Finite"];
  sage_686a2068ca21 -> base_a3c2b2dbd555 [label="Finite", style=solid, color="#475569", tooltip="FiniteCrystals ↦ Crystals.Finite"];
  sage_3f6b4a972698 -> base_d2472086daa0 [label="WithBasis; FiniteRank", style=solid, color="#475569", tooltip="FiniteDimensionalAlgebrasWithBasis ↦ AssociativeUnitalAlgebras(R).WithBasis.FiniteRank"];
  sage_62cab49a17a2 -> base_969e07a113de [label="WithBasis; Graded; FiniteRank", style=solid, color="#475569", tooltip="FiniteDimensionalGradedLieAlgebrasWithBasis ↦ LieAlgebras(R).WithBasis.Graded.FiniteRank"];
  sage_b767ab41f49b -> base_9f1bd4618162 [label="WithBasis; FiniteRank", style=solid, color="#475569", tooltip="FiniteDimensionalHopfAlgebrasWithBasis ↦ HopfAlgebras(R).WithBasis.FiniteRank"];
  sage_5b0c9872e369 -> base_969e07a113de [label="WithBasis; FiniteRank", style=solid, color="#475569", tooltip="FiniteDimensionalLieAlgebrasWithBasis ↦ LieAlgebras(R).WithBasis.FiniteRank"];
  sage_aecc0518fd09 -> base_c37b69ac263a [label="WithBasis; FiniteRank", style=solid, color="#475569", tooltip="FiniteDimensionalModulesWithBasis ↦ Modules(R).WithBasis.FiniteRank"];
  sage_a72fc3cc6d63 -> base_969e07a113de [label="WithBasis; FiniteRank; Nilpotent", style=solid, color="#475569", tooltip="FiniteDimensionalNilpotentLieAlgebrasWithBasis ↦ LieAlgebras(R).WithBasis.FiniteRank.Nilpotent"];
  sage_3540d21d585b -> base_c810aaa2bc63 [label="WithBasis; FiniteRank", style=solid, color="#475569", tooltip="FiniteDimensionalSemisimpleAlgebrasWithBasis ↦ SemisimpleAlgebras(R).WithBasis.FiniteRank"];
  sage_3a142f2fa146 -> base_2ab262f44dfc [label="Enumerated; Finite", style=solid, color="#475569", tooltip="FiniteEnumeratedSets ↦ Sets.Enumerated.Finite"];
  sage_98923a1988ce -> base_e8b685271238 [label="Finite", style=solid, color="#475569", tooltip="FiniteFields ↦ FiniteFields"];
  sage_cc7516239d47 -> base_ae9629f4ebb8 [label="Finite", style=solid, color="#475569", tooltip="FiniteGroups ↦ Groups.Finite"];
  sage_e9feebbc95e8 -> base_e40041b56658 [label="Finite", style=solid, color="#475569", tooltip="FiniteLatticePosets ↦ LatticePosets.Finite"];
  sage_09b62a83a0ae -> base_56e588a86d02 [label="Finite", style=solid, color="#475569", tooltip="FiniteMonoids ↦ Monoids.Finite"];
  sage_5e3c04638a1a -> base_d201f1533e6e [label="Finite", style=solid, color="#475569", tooltip="FinitePermutationGroups ↦ PermutationGroups.Finite"];
  sage_476c34385fa9 -> base_1b9290901017 [label="Finite", style=solid, color="#475569", tooltip="FinitePosets ↦ Posets.Finite"];
  sage_7de113cf8f8c -> base_ef263c15e407 [label="Finite", style=solid, color="#475569", tooltip="FiniteSemigroups ↦ Semigroups.Finite"];
  sage_dd6fa83dba6c -> base_2ab262f44dfc [label="Finite", style=solid, color="#475569", tooltip="FiniteSets ↦ Sets.Finite"];
  sage_44f31d277e02 -> base_11afae939210 [label="Finite", style=solid, color="#475569", tooltip="FiniteWeylGroups ↦ WeylGroups.Finite"];
  sage_b1518bae74d3 -> base_19953d8feb21 [label="FinitelyGenerated", style=solid, color="#475569", tooltip="FinitelyGeneratedLambdaBracketAlgebras ↦ LambdaBracketAlgebras(R).FinitelyGenerated"];
  sage_804a03ff73ce -> base_0a564f70c983 [label="FinitelyGenerated@LambdaBracket", style=solid, color="#475569", tooltip="FinitelyGeneratedLieConformalAlgebras ↦ LieConformalAlgebras(R).FinitelyGenerated@LambdaBracket"];
  sage_3d0613fec294 -> base_c2c8e74e59f6 [label="FinitelyGenerated", style=solid, color="#475569", tooltip="FinitelyGeneratedMagmas ↦ Magmas.FinitelyGenerated"];
  sage_94b19b0ed06d -> base_ef263c15e407 [label="FinitelyGenerated", style=solid, color="#475569", tooltip="FinitelyGeneratedSemigroups ↦ Semigroups.FinitelyGenerated"];
  sage_18bfc1afa49f -> base_e8b685271238 [label="FunctionField", style=solid, color="#d97706", tooltip="FunctionFields ↦ FunctionFields"];
  sage_7ba128acc907 -> base_2ab262f44dfc [label="GAction", style=solid, color="#475569", tooltip="GSets ↦ G-Sets(G)"];
  sage_184d856c094d -> base_1ca3a9a5a7cb [label="GCD", style=solid, color="#475569", tooltip="GcdDomains ↦ GCDDomains"];
  sage_1a94d00ba9b9 -> base_62da68999be6 [label="GeneralizedCoxeter", style=solid, color="#475569", tooltip="GeneralizedCoxeterGroups ↦ GeneralizedCoxeterGroups"];
  sage_be0ea3717b71 -> base_d2472086daa0 [label="Graded", style=solid, color="#475569", tooltip="GradedAlgebras ↦ AssociativeUnitalAlgebras(R).Graded"];
  sage_807cdd53097d -> base_d2472086daa0 [label="WithBasis; Graded", style=solid, color="#475569", tooltip="GradedAlgebrasWithBasis ↦ AssociativeUnitalAlgebras(R).WithBasis.Graded"];
  sage_919cb1985ae2 -> base_6112346e994c [label="Graded", style=solid, color="#475569", tooltip="GradedCoalgebras ↦ Coalgebras(R).Graded"];
  sage_418194415c21 -> base_6112346e994c [label="WithBasis; Graded", style=solid, color="#475569", tooltip="GradedCoalgebrasWithBasis ↦ Coalgebras(R).WithBasis.Graded"];
  sage_987814cde733 -> base_9f1bd4618162 [label="WithBasis; Graded", style=solid, color="#475569", tooltip="GradedHopfAlgebrasWithBasis ↦ HopfAlgebras(R).WithBasis.Graded"];
  sage_480b8b9c7d33 -> base_969e07a113de [label="Graded", style=solid, color="#475569", tooltip="GradedLieAlgebras ↦ LieAlgebras(R).Graded"];
  sage_95fb40c737b8 -> base_969e07a113de [label="WithBasis; Graded", style=solid, color="#475569", tooltip="GradedLieAlgebrasWithBasis ↦ LieAlgebras(R).WithBasis.Graded"];
  sage_17628f5a559c -> base_0a564f70c983 [label="Graded", style=solid, color="#475569", tooltip="GradedLieConformalAlgebras ↦ LieConformalAlgebras(R).Graded"];
  sage_6b8d41945bbd -> base_c37b69ac263a [label="Graded", style=solid, color="#475569", tooltip="GradedModules ↦ Modules(R).Graded"];
  sage_56ca4f120854 -> base_c37b69ac263a [label="WithBasis; Graded", style=solid, color="#475569", tooltip="GradedModulesWithBasis ↦ Modules(R).WithBasis.Graded"];
  sage_78399476ef16 -> base_78399476ef16 [label="exact / named construction", style=solid, color="#475569", tooltip="Graphs ↦ Graphs"];
  sage_6754fb6cd8b3 -> base_754d43afe02c [label="exact / named construction", style=solid, color="#475569", tooltip="GroupAlgebras ↦ GroupAlgebras(R)"];
  sage_b4060810bdc8 -> base_ed3df5c6a6da [label="exact / named construction", style=solid, color="#dc2626", tooltip="Groupoid ↦ GroupoidsOn(G)"];
  sage_ae9629f4ebb8 -> base_ae9629f4ebb8 [label="exact / named construction", style=solid, color="#475569", tooltip="Groups ↦ Groups"];
  sage_ff3d870612be -> base_ef263c15e407 [label="HTrivial", style=solid, color="#475569", tooltip="HTrivialSemigroups ↦ Semigroups.HTrivial"];
  sage_c26ffd9f4356 -> base_c37b69ac263a [label="WithBasis; HeckeModuleStructure", style=solid, color="#475569", tooltip="HeckeModules ↦ HeckeModules(R)"];
  sage_1129970345ee -> base_a3c2b2dbd555 [label="HighestWeight", style=solid, color="#475569", tooltip="HighestWeightCrystals ↦ HighestWeightCrystals"];
  sage_cf9fa120c4c7 -> base_ab8ec49ed900 [label="exact / named construction", style=solid, color="#475569", tooltip="Homsets ↦ Homsets(C)"];
  sage_3e8b497307f5 -> base_9f1bd4618162 [label="exact / named construction", style=solid, color="#475569", tooltip="HopfAlgebras ↦ HopfAlgebras(R)"];
  sage_cd0ddcef5725 -> base_9f1bd4618162 [label="WithBasis", style=solid, color="#475569", tooltip="HopfAlgebrasWithBasis ↦ HopfAlgebras(R).WithBasis"];
  sage_9a00984eb2d7 -> base_2ab262f44dfc [label="Enumerated; Infinite", style=solid, color="#475569", tooltip="InfiniteEnumeratedSets ↦ Sets.Enumerated.Infinite"];
  sage_1ca3a9a5a7cb -> base_a0d641b3f1af [label="Commutative", style=solid, color="#475569", tooltip="IntegralDomains ↦ IntegralDomains"];
  sage_dd194c3dc46a -> base_ef263c15e407 [label="JTrivial", style=solid, color="#475569", tooltip="JTrivialSemigroups ↦ Semigroups.JTrivial"];
  sage_46c150798ff0 -> base_c253467bd70d [label="exact / named construction", style=solid, color="#475569", tooltip="KacMoodyAlgebras ↦ KacMoodyAlgebras(R)"];
  sage_c6dec338603a -> base_d2472086daa0 [label="WithBasis; Graded; FiniteRank; KählerPackage", style=solid, color="#d97706", tooltip="KahlerAlgebras ↦ AssociativeUnitalAlgebras(R).WithBasis.Graded.FiniteRank.KählerPackage"];
  sage_351c32f9b3d0 -> base_ef263c15e407 [label="LTrivial", style=solid, color="#475569", tooltip="LTrivialSemigroups ↦ Semigroups.LTrivial"];
  sage_25e512299af5 -> base_19953d8feb21 [label="exact / named construction", style=solid, color="#475569", tooltip="LambdaBracketAlgebras ↦ LambdaBracketAlgebras(R)"];
  sage_bd501221405a -> base_19953d8feb21 [label="WithBasis", style=solid, color="#475569", tooltip="LambdaBracketAlgebrasWithBasis ↦ LambdaBracketAlgebras(R).WithBasis"];
  sage_79edf78e8849 -> base_e40041b56658 [label="Distributive@Lattice", style=solid, color="#475569", tooltip="DistributiveLattices ↦ DistributiveLattices"];
  sage_e40041b56658 -> base_1b9290901017 [label="Lattice", style=solid, color="#475569", tooltip="LatticePosets ↦ LatticePosets"];
  sage_b17c1e63aa0f -> base_c37b69ac263a [label="exact / named construction", style=dashed, color="#475569", tooltip="LeftModules ↦ Modules(R)"];
  sage_290ea1cb9aeb -> base_969e07a113de [label="exact / named construction", style=solid, color="#475569", tooltip="LieAlgebras ↦ LieAlgebras(R)"];
  sage_7ad02c2d621f -> base_969e07a113de [label="WithBasis", style=solid, color="#475569", tooltip="LieAlgebrasWithBasis ↦ LieAlgebras(R).WithBasis"];
  sage_1d77a9353b9e -> base_0a564f70c983 [label="exact / named construction", style=solid, color="#475569", tooltip="LieConformalAlgebras ↦ LieConformalAlgebras(R)"];
  sage_b92bfc55d5ba -> base_0a564f70c983 [label="WithBasis", style=solid, color="#475569", tooltip="LieConformalAlgebrasWithBasis ↦ LieConformalAlgebras(R).WithBasis"];
  sage_a5b329834c9a -> base_a5b329834c9a [label="exact / named construction", style=solid, color="#475569", tooltip="LieGroups ↦ LieGroups"];
  sage_77046a539bd5 -> base_4b1d3c7f6f2b [label="KirillovReshetikhin", style=solid, color="#475569", tooltip="KirillovReshetikhinCrystals ↦ KirillovReshetikhinCrystals"];
  sage_4b1d3c7f6f2b -> base_4b1d3c7f6f2b [label="exact / named construction", style=solid, color="#475569", tooltip="LoopCrystals ↦ LoopCrystals"];
  sage_b7190f7c4b70 -> base_4b1d3c7f6f2b [label="Regular", style=solid, color="#475569", tooltip="RegularLoopCrystals ↦ RegularLoopCrystals"];
  sage_c2c8e74e59f6 -> base_c2c8e74e59f6 [label="exact / named construction", style=solid, color="#475569", tooltip="Magmas ↦ Magmas"];
  sage_ce4db4c204eb -> base_a186e7b6439e [label="exact / named construction", style=solid, color="#475569", tooltip="MagmasAndAdditiveMagmas ↦ MagmasWithTwoOperations"];
  sage_0d2bdb012929 -> base_c6d7ad49fdf0 [label="exact / named construction", style=solid, color="#475569", tooltip="MagmaticAlgebras ↦ Algebras(R)"];
  sage_73c8c5f00888 -> base_b29321c28bdd [label="ComplexAnalytic", style=solid, color="#475569", tooltip="ComplexManifolds ↦ ComplexManifolds"];
  sage_b29321c28bdd -> base_b29321c28bdd [label="exact / named construction", style=solid, color="#475569", tooltip="Manifolds ↦ Manifolds"];
  sage_118c5eef8218 -> base_c991fcc977fa [label="MatrixAlgebra", style=solid, color="#d97706", tooltip="MatrixAlgebras ↦ MatrixAlgebras(K)"];
  sage_219a10054442 -> base_696bb0d9b3e6 [label="Metric", style=solid, color="#475569", tooltip="MetricSpaces ↦ MetricSpaces"];
  sage_324406355fdf -> base_90aabdd36413 [label="Modular", style=solid, color="#475569", tooltip="ModularAbelianVarieties ↦ ModularAbelianVarieties(K)"];
  sage_04e9462c0ff0 -> base_c37b69ac263a [label="exact / named construction", style=solid, color="#dc2626", tooltip="Modules ↦ Modules(R)"];
  sage_eaa48976f90d -> base_c37b69ac263a [label="WithBasis", style=solid, color="#475569", tooltip="ModulesWithBasis ↦ Modules(R).WithBasis"];
  sage_56e588a86d02 -> base_56e588a86d02 [label="exact / named construction", style=solid, color="#475569", tooltip="Monoids ↦ Monoids"];
  sage_084de703e1be -> base_3d8da0fd6136 [label="Noetherian", style=solid, color="#475569", tooltip="NoetherianRings ↦ NoetherianCommutativeRings"];
  sage_dda7395e5d4b -> base_e8b685271238 [label="FiniteExtensionOf(Q)", style=solid, color="#475569", tooltip="NumberFields ↦ NumberFields"];
-   sage_72a83add2c5e -> base_6ec920ed081b [label="exact / named construction", style=solid, color="#475569", tooltip="Objects ↦ SageBackendObjects"];
+   sage_72a83add2c5e -> base_6ec920ed081b [label="exact / named construction", style=solid, color="#475569", tooltip="Objects ↦ Coslices(Cat_1)"];
  sage_9b6151949138 -> base_c37b69ac263a [label="OreModuleStructure(σ,δ)", style=solid, color="#475569", tooltip="OreModules ↦ OreModules(R,σ,δ)"];
  sage_8d1c6be44055 -> base_56e588a86d02 [label="CompatiblePartialOrder", style=solid, color="#475569", tooltip="PartiallyOrderedMonoids ↦ PartiallyOrderedMonoids"];
  sage_d201f1533e6e -> base_ae9629f4ebb8 [label="FaithfulPermutationAction", style=solid, color="#475569", tooltip="PermutationGroups ↦ PermutationGroups"];
  sage_8213450e0e52 -> base_2ab262f44dfc [label="Pointed", style=solid, color="#475569", tooltip="PointedSets ↦ Sets.Pointed"];
  sage_2da4dde9db7a -> base_20c229b52bff [label="exact / named construction", style=solid, color="#475569", tooltip="PolyhedralSets ↦ Polyhedra(R)"];
  sage_1b9290901017 -> base_1b9290901017 [label="exact / named construction", style=solid, color="#475569", tooltip="Posets ↦ Posets"];
  sage_2be5837abb10 -> base_1ca3a9a5a7cb [label="PrincipalIdeal", style=solid, color="#475569", tooltip="PrincipalIdealDomains ↦ PIDs"];
  sage_6ffd32d0c374 -> base_c37b69ac263a [label="QuantumGroupRepresentation", style=solid, color="#475569", tooltip="QuantumGroupRepresentations ↦ QuantumGroupRepresentations(R)"];
  sage_895f02661887 -> base_e8b685271238 [label="FractionFieldPresentation", style=solid, color="#475569", tooltip="QuotientFields ↦ FractionFields"];
  sage_5c5a72de4ef6 -> base_ef263c15e407 [label="RTrivial", style=solid, color="#475569", tooltip="RTrivialSemigroups ↦ Semigroups.RTrivial"];
  sage_722143466608 -> base_a3c2b2dbd555 [label="Regular", style=solid, color="#475569", tooltip="RegularCrystals ↦ RegularCrystals"];
  sage_3ce36bb1ada3 -> base_2525bb8d4c50 [label="Regular", style=solid, color="#475569", tooltip="RegularSuperCrystals ↦ RegularSuperCrystals"];
  sage_c704c375032f -> base_448429fbcf3d [label="exact / named construction", style=solid, color="#475569", tooltip="RightModules ↦ Modules(Rᵒᵖ)"];
  sage_bf8a9e50e0ca -> base_6cb1acff1633 [label="exact / named construction", style=solid, color="#475569", tooltip="RingIdeals ↦ RingIdeals(R)"];
  sage_75b04b88d466 -> base_75b04b88d466 [label="exact / named construction", style=solid, color="#475569", tooltip="Rings ↦ Rings"];
  sage_a50c7afdb74a -> base_a50c7afdb74a [label="exact / named construction", style=solid, color="#475569", tooltip="Rngs ↦ Rngs"];
  sage_65d2b63f219c -> base_90aabdd36413 [label="Jacobian", style=solid, color="#475569", tooltip="Jacobians ↦ Jacobians(K)"];
  sage_0a4e55c66da7 -> base_cf93197d57ac [label="exact / named construction", style=solid, color="#475569", tooltip="Schemes ↦ Schemes(S)"];
  sage_ef263c15e407 -> base_ef263c15e407 [label="exact / named construction", style=solid, color="#475569", tooltip="Semigroups ↦ Semigroups"];
  sage_5ed3021e33f8 -> base_5ed3021e33f8 [label="exact / named construction", style=solid, color="#475569", tooltip="Semirings ↦ Semirings"];
  sage_fc3bf6bb2843 -> base_d2472086daa0 [label="Semisimple", style=solid, color="#475569", tooltip="SemisimpleAlgebras ↦ SemisimpleAlgebras(R)"];
  sage_2ab262f44dfc -> base_2ab262f44dfc [label="exact / named construction", style=solid, color="#475569", tooltip="Sets ↦ Sets"];
  sage_867d841fe4c3 -> base_2ab262f44dfc [label="Graded", style=solid, color="#475569", tooltip="SetsWithGrading ↦ Sets.Graded"];
  sage_8b9f7f18ef72 -> base_8b9f7f18ef72 [label="exact / named construction", style=solid, color="#475569", tooltip="SetsWithPartialMaps ↦ SetsWithPartialMaps"];
  sage_ca35fbf7f503 -> base_1a94d00ba9b9 [label="Finite; Shephard", style=solid, color="#475569", tooltip="ShephardGroups ↦ ShephardGroups"];
  sage_b3daf67d7dda -> base_b3daf67d7dda [label="exact / named construction", style=solid, color="#475569", tooltip="SimplicialComplexes ↦ SimplicialComplexes"];
  sage_1cc1508d32a4 -> base_1cc1508d32a4 [label="exact / named construction", style=solid, color="#475569", tooltip="SimplicialSets ↦ SimplicialSets"];
  sage_47784f090b3c -> base_d2472086daa0 [label="Super", style=solid, color="#475569", tooltip="SuperAlgebras ↦ AssociativeUnitalAlgebras(R).Super"];
  sage_4043f792ed82 -> base_d2472086daa0 [label="WithBasis; Super", style=solid, color="#475569", tooltip="SuperAlgebrasWithBasis ↦ AssociativeUnitalAlgebras(R).WithBasis.Super"];
  sage_e301a2e9425e -> base_9f1bd4618162 [label="WithBasis; Super", style=solid, color="#475569", tooltip="SuperHopfAlgebrasWithBasis ↦ HopfAlgebras(R).WithBasis.Super"];
  sage_a748a02dbb0e -> base_0a564f70c983 [label="Super", style=solid, color="#475569", tooltip="SuperLieConformalAlgebras ↦ LieConformalAlgebras(R).Super"];
  sage_884b06deaf85 -> base_c37b69ac263a [label="Super", style=solid, color="#475569", tooltip="SuperModules ↦ Modules(R).Super"];
  sage_77bc090e0646 -> base_c37b69ac263a [label="WithBasis; Super", style=solid, color="#475569", tooltip="SuperModulesWithBasis ↦ Modules(R).WithBasis.Super"];
  sage_36c263f548c9 -> base_73f5cf415546 [label="Supercommutative", style=solid, color="#475569", tooltip="SupercommutativeAlgebras ↦ SupercommutativeAlgebras(R)"];
  sage_2525bb8d4c50 -> base_a3c2b2dbd555 [label="Super@Crystal", style=solid, color="#475569", tooltip="SuperCrystals ↦ SuperCrystals"];
  sage_696bb0d9b3e6 -> base_696bb0d9b3e6 [label="exact / named construction", style=solid, color="#475569", tooltip="TopologicalSpaces ↦ TopologicalSpaces"];
  sage_896e811da4fc -> base_c253467bd70d [label="TriangularDecomposition", style=solid, color="#475569", tooltip="TriangularKacMoodyAlgebras ↦ TriangularKacMoodyAlgebras(R)"];
  sage_6c1b997a3775 -> base_1ca3a9a5a7cb [label="UniqueFactorization", style=solid, color="#475569", tooltip="UniqueFactorizationDomains ↦ UFDs"];
  sage_b96f8ac56b75 -> base_c6d7ad49fdf0 [label="Unital", style=solid, color="#475569", tooltip="UnitalAlgebras ↦ Algebras(R).Unital"];
  sage_5c54e1babd42 -> base_c79a696d3d3e [label="exact / named construction", style=solid, color="#475569", tooltip="VectorBundles ↦ VectorBundles(X,R)"];
  sage_1f4fe737433d -> base_4bc72293de86 [label="exact / named construction", style=solid, color="#475569", tooltip="VectorSpaces ↦ VectorSpaces(K)"];
  sage_11afae939210 -> base_b4c77c98b837 [label="Weyl", style=solid, color="#475569", tooltip="WeylGroups ↦ WeylGroups"];
}